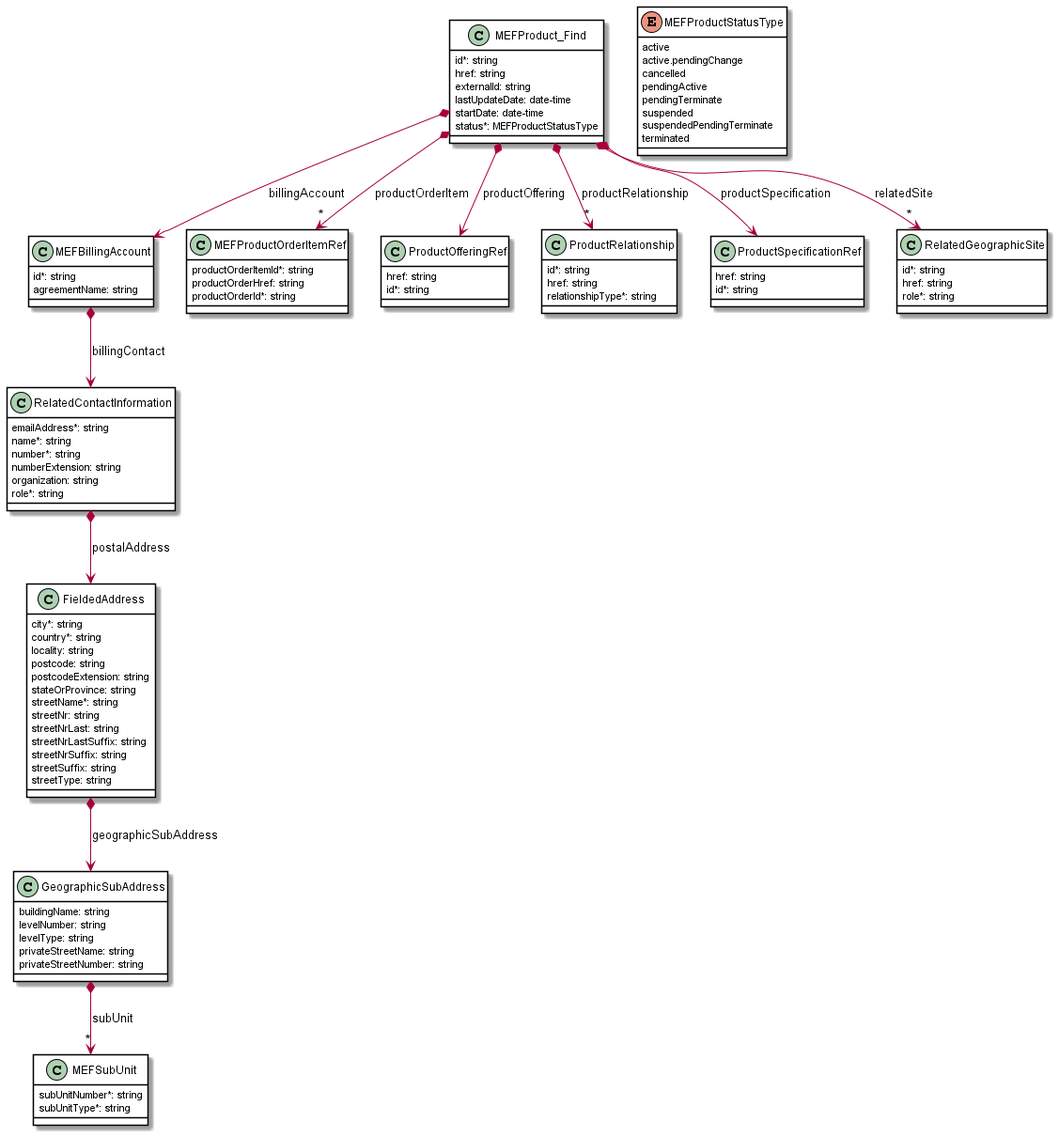
Above: documentation/productApi/inventory/media/useCase1Model.png in MEF-GIT/MEF-LSO-Sonata-SDK (PlantUML), before the change.
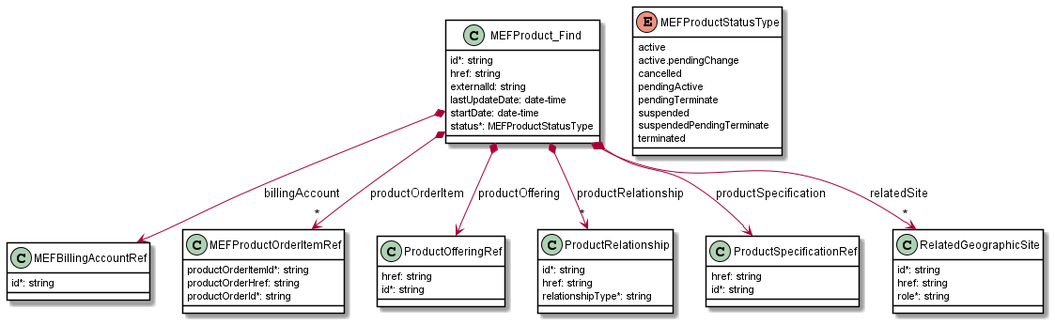
After the change.

The edit, as a diff of the source:
```diff
@@ -5,45 +5,10 @@
 }
 
 
-class FieldedAddress {
-
-    city*: string
-    country*: string
-    locality: string
-    postcode: string
-    postcodeExtension: string
-    stateOrProvince: string
-    streetName*: string
-    streetNr: string
-    streetNrLast: string
-    streetNrLastSuffix: string
-    streetNrSuffix: string
-    streetSuffix: string
-    streetType: string
-}
-
-FieldedAddress *--> GeographicSubAddress : geographicSubAddress
-
-
-class GeographicSubAddress {
-
-    buildingName: string
-    levelNumber: string
-    levelType: string
-    privateStreetName: string
-    privateStreetNumber: string
-}
-
-GeographicSubAddress *-->"*" MEFSubUnit : subUnit
-
-
-class MEFBillingAccount {
+class MEFBillingAccountRef {
 
     id*: string
-    agreementName: string
 }
-
-MEFBillingAccount *--> RelatedContactInformation : billingContact
 
 
 class MEFProductOrderItemRef {
@@ -65,7 +30,7 @@
     status*: MEFProductStatusType
 }
 
-MEFProduct_Find *--> MEFBillingAccount : billingAccount
+MEFProduct_Find *--> MEFBillingAccountRef : billingAccount
 MEFProduct_Find *--> ProductOfferingRef : productOffering
 MEFProduct_Find *-->"*" MEFProductOrderItemRef : productOrderItem
 MEFProduct_Find *-->"*" ProductRelationship : productRelationship
@@ -101,15 +66,6 @@
     terminated
 }
 
-
-class MEFSubUnit {
-
-    subUnitNumber*: string
-    subUnitType*: string
-}
-
-
-
 class ProductOfferingRef {
 
     href: string
@@ -128,17 +84,4 @@
 
 
 
-class RelatedContactInformation {
-
-    emailAddress*: string
-    name*: string
-    number*: string
-    numberExtension: string
-    organization: string
-    role*: string
-}
-
-RelatedContactInformation *--> FieldedAddress : postalAddress
-
-
 @enduml
```
